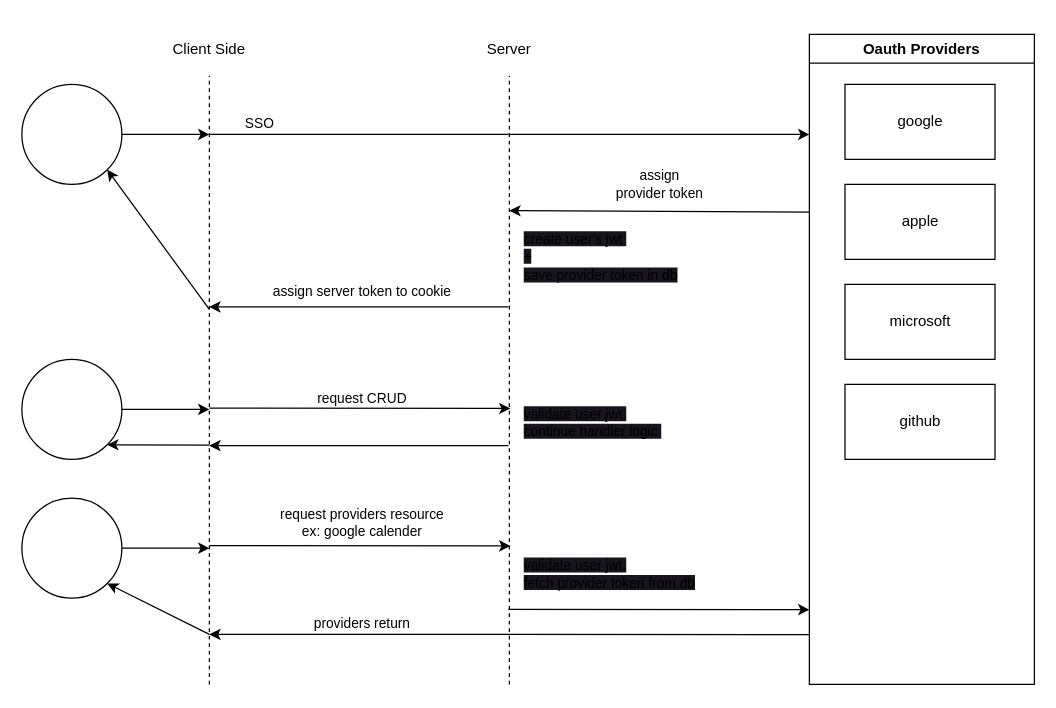
Earlier version of the draw.io diagram page "DBStore" (1 of 2) of plan/auth.drawio (Justin26l/VeryExpress). Source tidied: cells renumbered, new cells numbered last; positions are measured from the earlier drawing's top-left corner, leaving out a move shared by most shapes. Both pictures are drawn from the tidied source at 125%, with x=0, y=0 at pixel (21, 21).
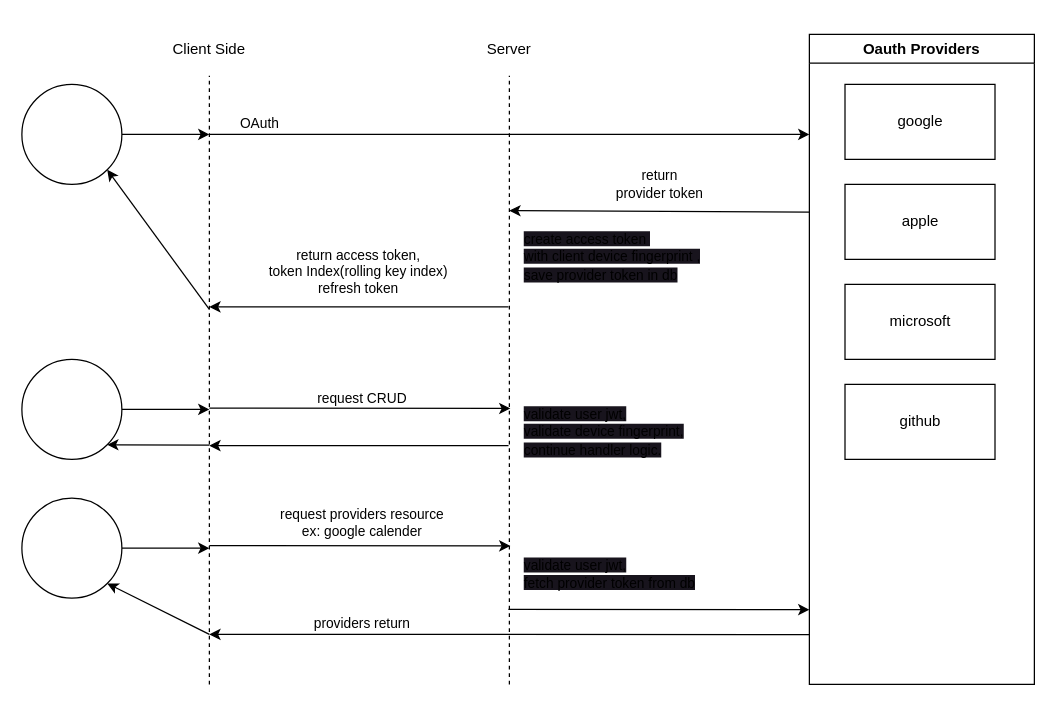
After the change.

Commit message:
update auth plan

The change refers to these unchanged cells:
```xml
<mxCell id="2" style="edgeStyle=none;html=1;" parent="1" edge="1">
  <mxGeometry relative="1" as="geometry">
    <mxPoint x="150" y="90" as="sourcePoint" />
    <mxPoint x="630" y="90" as="targetPoint" />
  </mxGeometry>
</mxCell>
```

Change to the diagram source:
```diff
@@
-    <mxCell id="3" value="SSO" style="edgeLabel;html=1;align=center;verticalAlign=middle;" parent="2" vertex="1">
+    <mxCell id="3" value="OAuth" style="edgeLabel;html=1;align=center;verticalAlign=middle;" parent="2" vertex="1">
       <mxGeometry x="0.15" y="-1" relative="1" as="geometry">
         <mxPoint x="-237" y="-11" as="offset" />
       </mxGeometry>
     </mxCell>
@@
-    <mxCell id="15" value="assign server token to cookie" style="edgeStyle=none;html=1;exitX=-0.006;exitY=0.367;exitDx=0;exitDy=0;exitPerimeter=0;" parent="1" edge="1">
-      <mxGeometry x="-0.02" y="-12" relative="1" as="geometry">
+    <mxCell id="15" value="return access token, &lt;br&gt;token Index(rolling key index)&lt;br&gt;refresh token" style="edgeStyle=none;html=1;exitX=-0.006;exitY=0.367;exitDx=0;exitDy=0;exitPerimeter=0;" parent="1" edge="1">
+      <mxGeometry y="-28" relative="1" as="geometry">
         <mxPoint x="389.3" y="228" as="sourcePoint" />
         <mxPoint x="150" y="228" as="targetPoint" />
       </mxGeometry>
     </mxCell>
-    <mxCell id="16" value="&lt;span style=&quot;font-size: 11px; text-align: center; background-color: rgb(24, 20, 29);&quot;&gt;create user's jwt&amp;nbsp;&lt;br&gt;&lt;/span&gt;&lt;span style=&quot;font-size: 11px; text-align: center; background-color: rgb(24, 20, 29);&quot;&gt;+&lt;br&gt;&lt;/span&gt;&lt;span style=&quot;font-size: 11px; text-align: center; background-color: rgb(24, 20, 29);&quot;&gt;save provider token in db&lt;br&gt;&lt;/span&gt;" style="text;whiteSpace=wrap;html=1;" parent="1" vertex="1">
+    <mxCell id="16" value="&lt;span style=&quot;font-size: 11px; text-align: center; background-color: rgb(24, 20, 29);&quot;&gt;create access token&amp;nbsp;&lt;br&gt;&lt;/span&gt;&lt;span style=&quot;font-size: 11px; text-align: center; background-color: rgb(24, 20, 29);&quot;&gt;with client device fingerprint ,&lt;br&gt;save provider token in db&lt;br&gt;&lt;/span&gt;" style="text;whiteSpace=wrap;html=1;" parent="1" vertex="1">
       <mxGeometry x="400" y="160" width="160" height="85.1" as="geometry" />
     </mxCell>
-    <mxCell id="17" value="assign &lt;br&gt;provider token" style="edgeStyle=none;html=1;" parent="1" edge="1">
+    <mxCell id="17" value="return&lt;br&gt;provider token" style="edgeStyle=none;html=1;" parent="1" edge="1">
       <mxGeometry y="-22" relative="1" as="geometry">
         <mxPoint x="630" y="152.2" as="sourcePoint" />
         <mxPoint x="390" y="151" as="targetPoint" />
       </mxGeometry>
     </mxCell>
-    <mxCell id="18" value="&lt;span style=&quot;font-size: 11px; text-align: center; background-color: rgb(24, 20, 29);&quot;&gt;validate user jwt,&lt;br&gt;continue handler logic.&lt;br&gt;&lt;/span&gt;" style="text;whiteSpace=wrap;html=1;" parent="1" vertex="1">
+    <mxCell id="18" value="&lt;span style=&quot;font-size: 11px; text-align: center; background-color: rgb(24, 20, 29);&quot;&gt;validate user jwt,&lt;br&gt;validate device fingerprint,&lt;br&gt;continue handler logic.&lt;br&gt;&lt;/span&gt;" style="text;whiteSpace=wrap;html=1;" parent="1" vertex="1">
       <mxGeometry x="400" y="300" width="160" height="45.1" as="geometry" />
     </mxCell>
```
